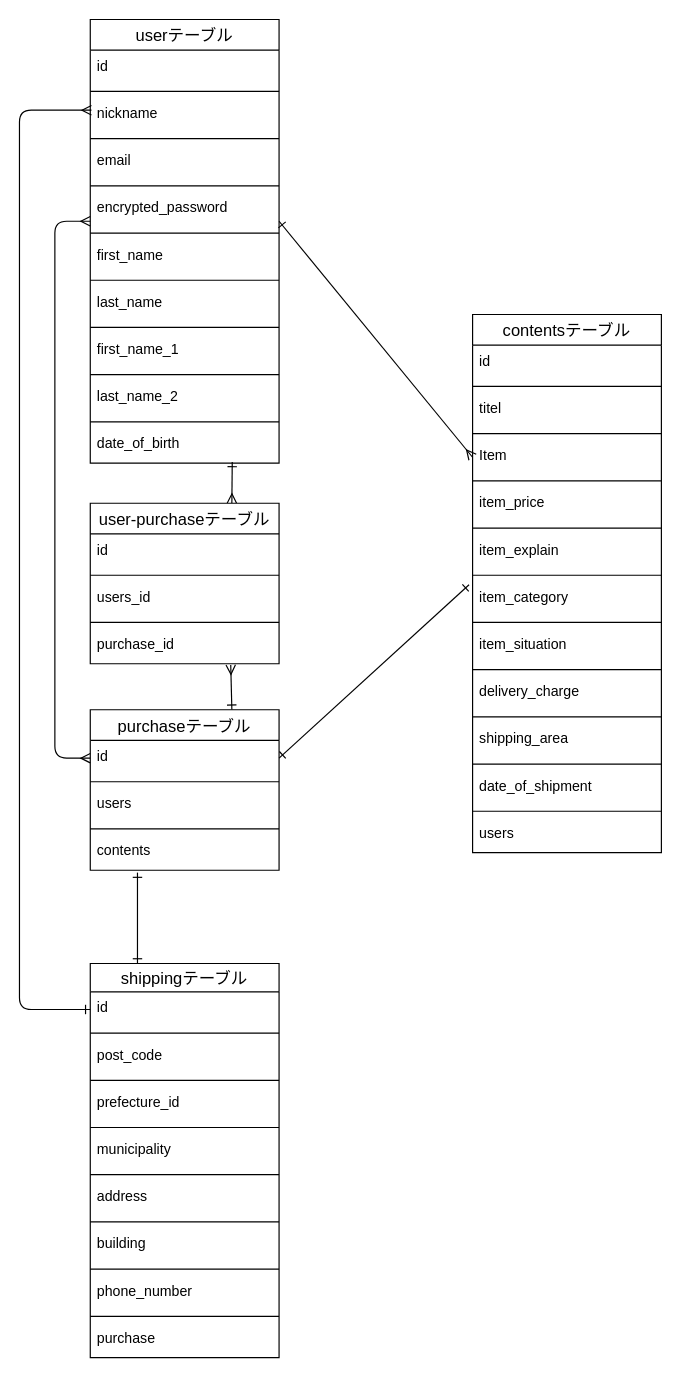
Above: furima.dio in kaityi/furima-38562 (draw.io), before the change. Source tidied: cells renumbered, new cells numbered last; positions are measured from the earlier drawing's top-left corner, leaving out a move shared by most shapes. Both pictures are drawn from the tidied source at 118%, with x=0, y=0 at pixel (19, 19).
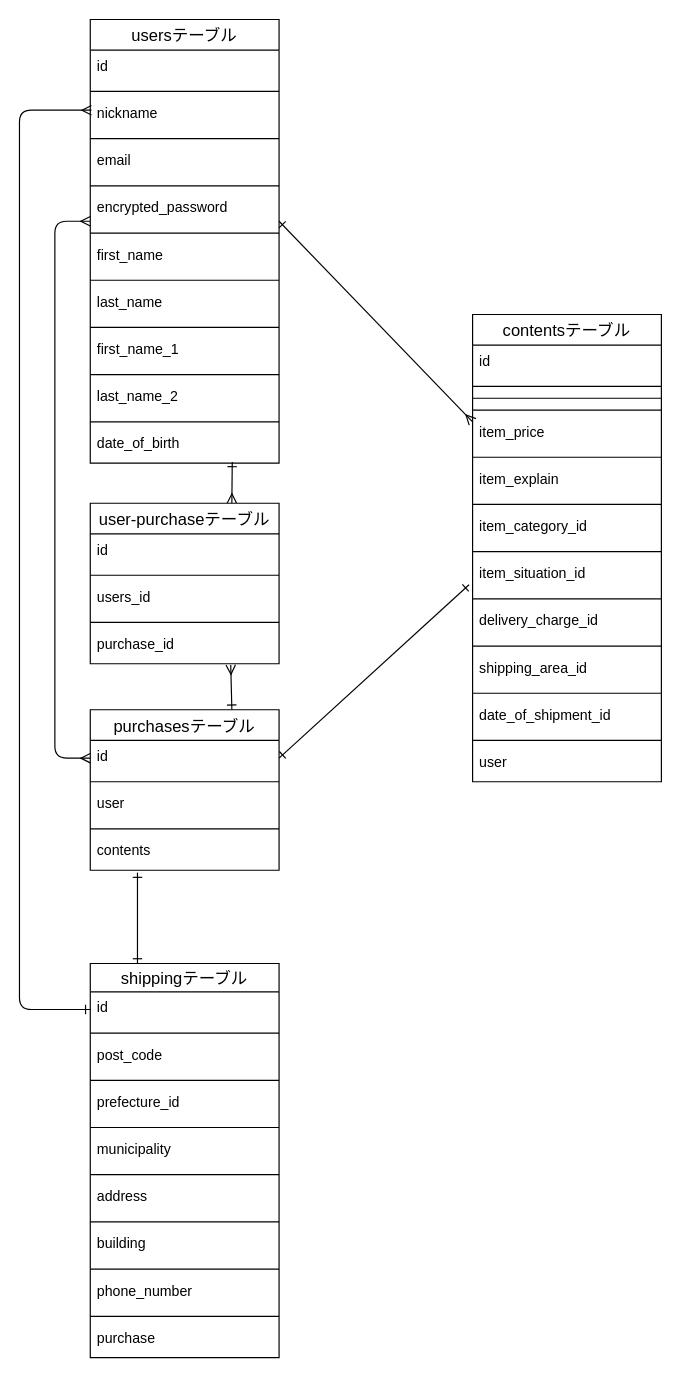
Above is the later version.

Commit message (it also covers changes not shown here):
DB設計の修正３

Diff of the diagram source:
```diff
@@
     <mxCell id="2" value="contentsテーブル" style="swimlane;fontStyle=0;horizontal=1;startSize=26;align=center;fontSize=14;" parent="1" vertex="1">
-      <mxGeometry x="384" y="250" width="160" height="456" as="geometry" />
+      <mxGeometry x="384" y="250" width="160" height="396" as="geometry" />
     </mxCell>
@@
-    <mxCell id="5" value="titel" style="text;strokeColor=none;fillColor=none;spacingLeft=4;spacingRight=4;overflow=hidden;fontSize=12;" parent="2" vertex="1">
-      <mxGeometry y="66" width="160" height="30" as="geometry" />
-    </mxCell>
     <mxCell id="6" style="line;strokeWidth=1;dashed=0;labelPosition=right;align=left;verticalAlign=middle;spacingTop=0;spacingLeft=6;" parent="2" vertex="1">
-      <mxGeometry y="96" width="160" height="10" as="geometry" />
+      <mxGeometry y="66" width="160" height="10" as="geometry" />
     </mxCell>
-    <mxCell id="7" value="Item" style="text;strokeColor=none;fillColor=none;spacingLeft=4;spacingRight=4;overflow=hidden;points=[[0,0.5],[1,0.5]];portConstraint=eastwest;fontSize=12;" parent="2" vertex="1">
-      <mxGeometry y="106" width="160" height="30" as="geometry" />
-    </mxCell>
     <mxCell id="8" style="line;strokeWidth=1;dashed=0;labelPosition=right;align=left;verticalAlign=middle;spacingTop=0;spacingLeft=6;" parent="2" vertex="1">
-      <mxGeometry y="136" width="160" height="10" as="geometry" />
+      <mxGeometry y="76" width="160" height="10" as="geometry" />
     </mxCell>
     <mxCell id="9" value="item_price" style="text;strokeColor=none;fillColor=none;spacingLeft=4;spacingRight=4;overflow=hidden;fontSize=12;" parent="2" vertex="1">
-      <mxGeometry y="146" width="160" height="30" as="geometry" />
+      <mxGeometry y="86" width="160" height="30" as="geometry" />
     </mxCell>
     <mxCell id="10" style="line;strokeWidth=1;dashed=0;labelPosition=right;align=left;verticalAlign=middle;spacingTop=0;spacingLeft=6;" parent="2" vertex="1">
-      <mxGeometry y="176" width="160" height="10" as="geometry" />
+      <mxGeometry y="116" width="160" height="10" as="geometry" />
     </mxCell>
     <mxCell id="11" value="item_explain" style="text;strokeColor=none;fillColor=none;spacingLeft=4;spacingRight=4;overflow=hidden;fontSize=12;" parent="2" vertex="1">
-      <mxGeometry y="186" width="160" height="30" as="geometry" />
+      <mxGeometry y="126" width="160" height="30" as="geometry" />
     </mxCell>
     <mxCell id="12" style="line;strokeWidth=1;dashed=0;labelPosition=right;align=left;verticalAlign=middle;spacingTop=0;spacingLeft=6;" parent="2" vertex="1">
-      <mxGeometry y="216" width="160" height="10" as="geometry" />
+      <mxGeometry y="156" width="160" height="10" as="geometry" />
     </mxCell>
-    <mxCell id="13" value="item_category" style="text;strokeColor=none;fillColor=none;spacingLeft=4;spacingRight=4;overflow=hidden;fontSize=12;" parent="2" vertex="1">
-      <mxGeometry y="226" width="160" height="30" as="geometry" />
+    <mxCell id="13" value="item_category_id" style="text;strokeColor=none;fillColor=none;spacingLeft=4;spacingRight=4;overflow=hidden;fontSize=12;" parent="2" vertex="1">
+      <mxGeometry y="166" width="160" height="30" as="geometry" />
     </mxCell>
     <mxCell id="14" style="line;strokeWidth=1;dashed=0;labelPosition=right;align=left;verticalAlign=middle;spacingTop=0;spacingLeft=6;" parent="2" vertex="1">
-      <mxGeometry y="256" width="160" height="10" as="geometry" />
+      <mxGeometry y="196" width="160" height="10" as="geometry" />
     </mxCell>
-    <mxCell id="15" value="item_situation" style="text;strokeColor=none;fillColor=none;spacingLeft=4;spacingRight=4;overflow=hidden;fontSize=12;" parent="2" vertex="1">
-      <mxGeometry y="266" width="160" height="30" as="geometry" />
+    <mxCell id="15" value="item_situation_id" style="text;strokeColor=none;fillColor=none;spacingLeft=4;spacingRight=4;overflow=hidden;fontSize=12;" parent="2" vertex="1">
+      <mxGeometry y="206" width="160" height="30" as="geometry" />
     </mxCell>
     <mxCell id="16" style="line;strokeWidth=1;dashed=0;labelPosition=right;align=left;verticalAlign=middle;spacingTop=0;spacingLeft=6;" parent="2" vertex="1">
-      <mxGeometry y="296" width="160" height="10" as="geometry" />
+      <mxGeometry y="236" width="160" height="10" as="geometry" />
     </mxCell>
-    <mxCell id="17" value="delivery_charge" style="text;strokeColor=none;fillColor=none;spacingLeft=4;spacingRight=4;overflow=hidden;fontSize=12;" parent="2" vertex="1">
-      <mxGeometry y="306" width="160" height="30" as="geometry" />
+    <mxCell id="17" value="delivery_charge_id" style="text;strokeColor=none;fillColor=none;spacingLeft=4;spacingRight=4;overflow=hidden;fontSize=12;" parent="2" vertex="1">
+      <mxGeometry y="246" width="160" height="30" as="geometry" />
     </mxCell>
     <mxCell id="18" style="line;strokeWidth=1;dashed=0;labelPosition=right;align=left;verticalAlign=middle;spacingTop=0;spacingLeft=6;" parent="2" vertex="1">
-      <mxGeometry y="336" width="160" height="10" as="geometry" />
+      <mxGeometry y="276" width="160" height="10" as="geometry" />
     </mxCell>
-    <mxCell id="19" value="shipping_area" style="text;strokeColor=none;fillColor=none;spacingLeft=4;spacingRight=4;overflow=hidden;fontSize=12;" parent="2" vertex="1">
-      <mxGeometry y="346" width="160" height="30" as="geometry" />
+    <mxCell id="19" value="shipping_area_id" style="text;strokeColor=none;fillColor=none;spacingLeft=4;spacingRight=4;overflow=hidden;fontSize=12;" parent="2" vertex="1">
+      <mxGeometry y="286" width="160" height="30" as="geometry" />
     </mxCell>
     <mxCell id="20" style="line;strokeWidth=1;dashed=0;labelPosition=right;align=left;verticalAlign=middle;spacingTop=0;spacingLeft=6;" parent="2" vertex="1">
-      <mxGeometry y="376" width="160" height="10" as="geometry" />
+      <mxGeometry y="316" width="160" height="10" as="geometry" />
     </mxCell>
-    <mxCell id="21" value="date_of_shipment" style="text;strokeColor=none;fillColor=none;spacingLeft=4;spacingRight=4;overflow=hidden;fontSize=12;" parent="2" vertex="1">
-      <mxGeometry y="386" width="160" height="30" as="geometry" />
+    <mxCell id="21" value="date_of_shipment_id" style="text;strokeColor=none;fillColor=none;spacingLeft=4;spacingRight=4;overflow=hidden;fontSize=12;" parent="2" vertex="1">
+      <mxGeometry y="326" width="160" height="30" as="geometry" />
     </mxCell>
     <mxCell id="22" style="line;strokeWidth=1;dashed=0;labelPosition=right;align=left;verticalAlign=middle;spacingTop=0;spacingLeft=6;" parent="2" vertex="1">
-      <mxGeometry y="416" width="160" height="10" as="geometry" />
+      <mxGeometry y="356" width="160" height="10" as="geometry" />
     </mxCell>
-    <mxCell id="23" value="users" style="text;strokeColor=none;fillColor=none;spacingLeft=4;spacingRight=4;overflow=hidden;fontSize=12;" parent="2" vertex="1">
-      <mxGeometry y="426" width="160" height="30" as="geometry" />
+    <mxCell id="23" value="user" style="text;strokeColor=none;fillColor=none;spacingLeft=4;spacingRight=4;overflow=hidden;fontSize=12;" parent="2" vertex="1">
+      <mxGeometry y="366" width="160" height="30" as="geometry" />
     </mxCell>
@@
-    <mxCell id="25" value="purchaseテーブル" style="swimlane;fontStyle=0;horizontal=1;startSize=26;align=center;fontSize=14;" parent="1" vertex="1">
+    <mxCell id="25" value="purchasesテーブル" style="swimlane;fontStyle=0;horizontal=1;startSize=26;align=center;fontSize=14;" parent="1" vertex="1">
       <mxGeometry x="60" y="585" width="160" height="136" as="geometry" />
     </mxCell>
@@
-    <mxCell id="28" value="users" style="text;strokeColor=none;fillColor=none;spacingLeft=4;spacingRight=4;overflow=hidden;fontSize=12;" parent="25" vertex="1">
+    <mxCell id="28" value="user" style="text;strokeColor=none;fillColor=none;spacingLeft=4;spacingRight=4;overflow=hidden;fontSize=12;" parent="25" vertex="1">
       <mxGeometry y="66" width="160" height="30" as="geometry" />
     </mxCell>
@@
-    <mxCell id="48" style="edgeStyle=none;html=1;exitX=1;exitY=0.5;exitDx=0;exitDy=0;entryX=0;entryY=0.5;entryDx=0;entryDy=0;startArrow=ERone;startFill=0;endArrow=ERmany;endFill=0;" parent="1" edge="1" target="7">
+    <mxCell id="48" style="edgeStyle=none;html=1;exitX=1;exitY=0.5;exitDx=0;exitDy=0;entryX=0;entryY=0.5;entryDx=0;entryDy=0;startArrow=ERone;startFill=0;endArrow=ERmany;endFill=0;" parent="1" edge="1">
       <mxGeometry relative="1" as="geometry">
         <mxPoint x="220" y="171" as="sourcePoint" />
+        <mxPoint x="384" y="341" as="targetPoint" />
       </mxGeometry>
     </mxCell>
@@
-    <mxCell id="59" value="userテーブル" style="swimlane;fontStyle=0;horizontal=1;startSize=26;align=center;fontSize=14;" parent="1" vertex="1">
+    <mxCell id="59" value="usersテーブル" style="swimlane;fontStyle=0;horizontal=1;startSize=26;align=center;fontSize=14;" parent="1" vertex="1">
       <mxGeometry x="60" width="160" height="376" as="geometry" />
     </mxCell>
```
